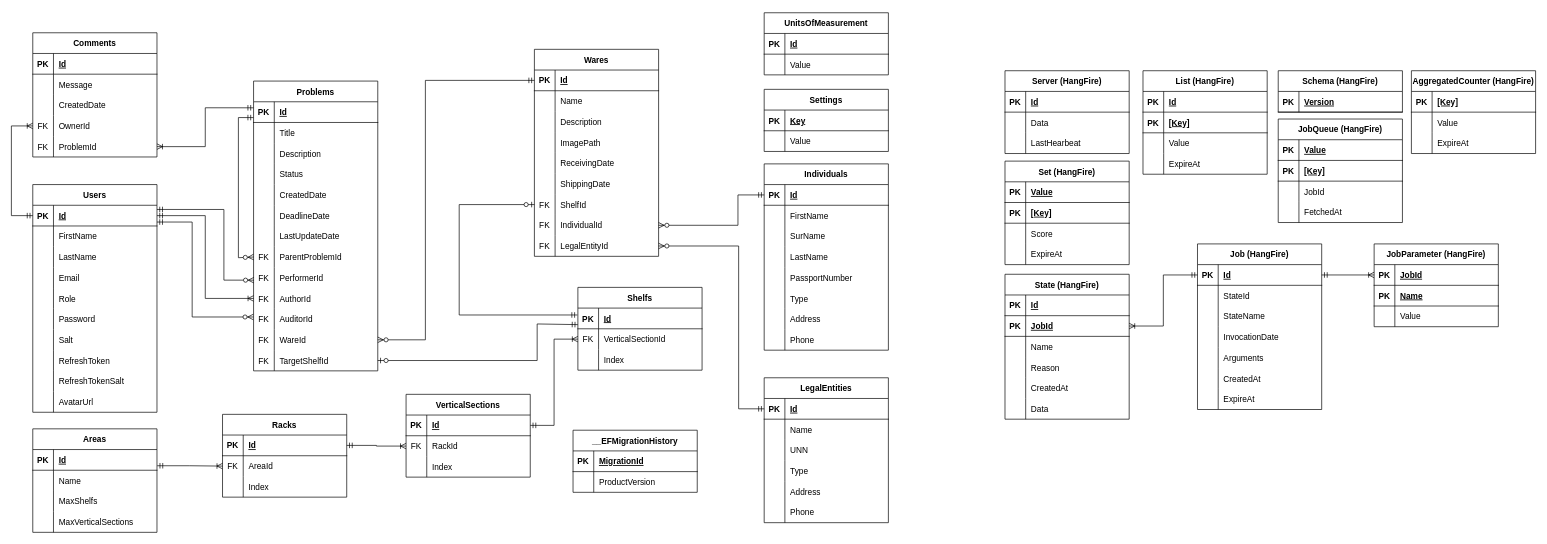
Above: Documentation/Diagrams/database-diagram.drawio in v-demyanov/WMS (draw.io), before the change. Source tidied: cells renumbered, new cells numbered last; positions are measured from the earlier drawing's top-left corner, leaving out a move shared by most shapes. Both pictures are drawn from the tidied source at 69%, with x=0, y=0 at pixel (11, 12).
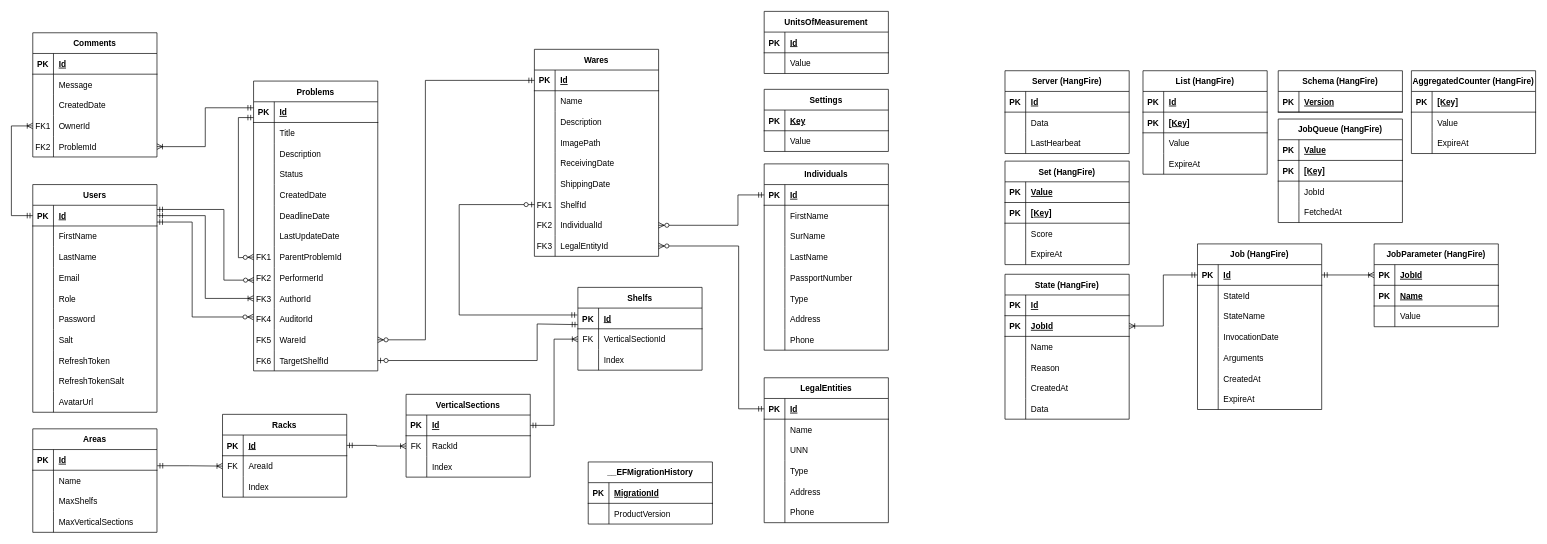
The same page after the edit.

The change refers to these unchanged cells:
```xml
<mxCell id="24" style="shape=tableRow;horizontal=0;startSize=0;swimlaneHead=0;swimlaneBody=0;fillColor=none;points=[[0,0.5],[1,0.5]];portConstraint=eastwest;top=0;left=0;right=0;bottom=0;" parent="2" vertex="1">
  <mxGeometry y="240" width="180" height="30" as="geometry" />
</mxCell>
<mxCell id="27" style="shape=tableRow;horizontal=0;startSize=0;swimlaneHead=0;swimlaneBody=0;fillColor=none;points=[[0,0.5],[1,0.5]];portConstraint=eastwest;top=0;left=0;right=0;bottom=0;" parent="2" vertex="1">
  <mxGeometry y="270" width="180" height="30" as="geometry" />
</mxCell>
<mxCell id="30" style="shape=tableRow;horizontal=0;startSize=0;swimlaneHead=0;swimlaneBody=0;fillColor=none;points=[[0,0.5],[1,0.5]];portConstraint=eastwest;top=0;left=0;right=0;bottom=0;" parent="2" vertex="1">
  <mxGeometry y="300" width="180" height="30" as="geometry" />
</mxCell>
<mxCell id="33" style="shape=tableRow;horizontal=0;startSize=0;swimlaneHead=0;swimlaneBody=0;fillColor=none;points=[[0,0.5],[1,0.5]];portConstraint=eastwest;top=0;left=0;right=0;bottom=0;" parent="2" vertex="1">
  <mxGeometry y="330" width="180" height="30" as="geometry" />
</mxCell>
<mxCell id="36" style="shape=tableRow;horizontal=0;startSize=0;swimlaneHead=0;swimlaneBody=0;fillColor=none;points=[[0,0.5],[1,0.5]];portConstraint=eastwest;top=0;left=0;right=0;bottom=0;" parent="2" vertex="1">
  <mxGeometry y="360" width="180" height="30" as="geometry" />
</mxCell>
<mxCell id="39" style="shape=tableRow;horizontal=0;startSize=0;swimlaneHead=0;swimlaneBody=0;fillColor=none;points=[[0,0.5],[1,0.5]];portConstraint=eastwest;top=0;left=0;right=0;bottom=0;" parent="2" vertex="1">
  <mxGeometry y="390" width="180" height="30" as="geometry" />
</mxCell>
<mxCell id="105" style="shape=tableRow;horizontal=0;startSize=0;swimlaneHead=0;swimlaneBody=0;fillColor=none;points=[[0,0.5],[1,0.5]];portConstraint=eastwest;top=0;left=0;right=0;bottom=0;" parent="86" vertex="1">
  <mxGeometry y="210" width="180" height="30" as="geometry" />
</mxCell>
<mxCell id="108" style="shape=tableRow;horizontal=0;startSize=0;swimlaneHead=0;swimlaneBody=0;fillColor=none;points=[[0,0.5],[1,0.5]];portConstraint=eastwest;top=0;left=0;right=0;bottom=0;" parent="86" vertex="1">
  <mxGeometry y="240" width="180" height="30" as="geometry" />
</mxCell>
<mxCell id="111" style="shape=tableRow;horizontal=0;startSize=0;swimlaneHead=0;swimlaneBody=0;fillColor=none;points=[[0,0.5],[1,0.5]];portConstraint=eastwest;top=0;left=0;right=0;bottom=0;" parent="86" vertex="1">
  <mxGeometry y="270" width="180" height="30" as="geometry" />
</mxCell>
<mxCell id="206" style="shape=tableRow;horizontal=0;startSize=0;swimlaneHead=0;swimlaneBody=0;fillColor=none;points=[[0,0.5],[1,0.5]];portConstraint=eastwest;top=0;left=0;right=0;bottom=0;" parent="196" vertex="1">
  <mxGeometry y="120" width="180" height="30" as="geometry" />
</mxCell>
<mxCell id="209" style="shape=tableRow;horizontal=0;startSize=0;swimlaneHead=0;swimlaneBody=0;fillColor=none;points=[[0,0.5],[1,0.5]];portConstraint=eastwest;top=0;left=0;right=0;bottom=0;" parent="196" vertex="1">
  <mxGeometry y="150" width="180" height="30" as="geometry" />
</mxCell>
```

The edit, as a diff of the source:
```diff
@@
-    <mxCell id="25" value="FK" style="shape=partialRectangle;fillColor=none;top=0;left=0;bottom=0;right=0;overflow=hidden;" parent="24" vertex="1">
+    <mxCell id="25" value="FK1" style="shape=partialRectangle;fillColor=none;top=0;left=0;bottom=0;right=0;overflow=hidden;" parent="24" vertex="1">
       <mxGeometry width="30" height="30" as="geometry" />
     </mxCell>
@@
-    <mxCell id="28" value="FK" style="shape=partialRectangle;fillColor=none;top=0;left=0;bottom=0;right=0;overflow=hidden;" parent="27" vertex="1">
+    <mxCell id="28" value="FK2" style="shape=partialRectangle;fillColor=none;top=0;left=0;bottom=0;right=0;overflow=hidden;" parent="27" vertex="1">
       <mxGeometry width="30" height="30" as="geometry" />
     </mxCell>
@@
-    <mxCell id="31" value="FK" style="shape=partialRectangle;fillColor=none;top=0;left=0;bottom=0;right=0;overflow=hidden;" parent="30" vertex="1">
+    <mxCell id="31" value="FK3" style="shape=partialRectangle;fillColor=none;top=0;left=0;bottom=0;right=0;overflow=hidden;" parent="30" vertex="1">
       <mxGeometry width="30" height="30" as="geometry" />
     </mxCell>
@@
-    <mxCell id="34" value="FK" style="shape=partialRectangle;fillColor=none;top=0;left=0;bottom=0;right=0;overflow=hidden;" parent="33" vertex="1">
+    <mxCell id="34" value="FK4" style="shape=partialRectangle;fillColor=none;top=0;left=0;bottom=0;right=0;overflow=hidden;" parent="33" vertex="1">
       <mxGeometry width="30" height="30" as="geometry" />
     </mxCell>
@@
-    <mxCell id="37" value="FK" style="shape=partialRectangle;fillColor=none;top=0;left=0;bottom=0;right=0;overflow=hidden;" parent="36" vertex="1">
+    <mxCell id="37" value="FK5" style="shape=partialRectangle;fillColor=none;top=0;left=0;bottom=0;right=0;overflow=hidden;" parent="36" vertex="1">
       <mxGeometry width="30" height="30" as="geometry" />
     </mxCell>
@@
-    <mxCell id="40" value="FK" style="shape=partialRectangle;fillColor=none;top=0;left=0;bottom=0;right=0;overflow=hidden;" parent="39" vertex="1">
+    <mxCell id="40" value="FK6" style="shape=partialRectangle;fillColor=none;top=0;left=0;bottom=0;right=0;overflow=hidden;" parent="39" vertex="1">
       <mxGeometry width="30" height="30" as="geometry" />
     </mxCell>
@@
-    <mxCell id="106" value="FK" style="shape=partialRectangle;fillColor=none;top=0;left=0;bottom=0;right=0;overflow=hidden;" parent="105" vertex="1">
+    <mxCell id="106" value="FK1" style="shape=partialRectangle;fillColor=none;top=0;left=0;bottom=0;right=0;overflow=hidden;" parent="105" vertex="1">
       <mxGeometry width="30" height="30" as="geometry" />
     </mxCell>
@@
-    <mxCell id="109" value="FK" style="shape=partialRectangle;fillColor=none;top=0;left=0;bottom=0;right=0;overflow=hidden;" parent="108" vertex="1">
+    <mxCell id="109" value="FK2" style="shape=partialRectangle;fillColor=none;top=0;left=0;bottom=0;right=0;overflow=hidden;" parent="108" vertex="1">
       <mxGeometry width="30" height="30" as="geometry" />
     </mxCell>
@@
-    <mxCell id="112" value="FK" style="shape=partialRectangle;fillColor=none;top=0;left=0;bottom=0;right=0;overflow=hidden;" parent="111" vertex="1">
+    <mxCell id="112" value="FK3" style="shape=partialRectangle;fillColor=none;top=0;left=0;bottom=0;right=0;overflow=hidden;" parent="111" vertex="1">
       <mxGeometry width="30" height="30" as="geometry" />
     </mxCell>
@@
     <mxCell id="158" value="UnitsOfMeasurement" style="shape=table;startSize=30;childLayout=tableLayout;rowLines=0;fontStyle=1;align=center;" parent="1" vertex="1">
-      <mxGeometry x="1091" width="180" height="90" as="geometry" />
+      <mxGeometry x="1091" y="-2" width="180" height="90" as="geometry" />
     </mxCell>
@@
-    <mxCell id="207" value="FK" style="shape=partialRectangle;fillColor=none;top=0;left=0;bottom=0;right=0;overflow=hidden;" parent="206" vertex="1">
+    <mxCell id="207" value="FK1" style="shape=partialRectangle;fillColor=none;top=0;left=0;bottom=0;right=0;overflow=hidden;" parent="206" vertex="1">
       <mxGeometry width="30" height="30" as="geometry" />
     </mxCell>
@@
-    <mxCell id="210" value="FK" style="shape=partialRectangle;fillColor=none;top=0;left=0;bottom=0;right=0;overflow=hidden;" parent="209" vertex="1">
+    <mxCell id="210" value="FK2" style="shape=partialRectangle;fillColor=none;top=0;left=0;bottom=0;right=0;overflow=hidden;" parent="209" vertex="1">
       <mxGeometry width="30" height="30" as="geometry" />
     </mxCell>
@@
     <mxCell id="212" value="__EFMigrationHistory" style="shape=table;startSize=30;childLayout=tableLayout;rowLines=0;fontStyle=1;align=center;" parent="1" vertex="1">
-      <mxGeometry x="814" y="605" width="180" height="90" as="geometry" />
+      <mxGeometry x="836" y="651" width="180" height="90" as="geometry" />
     </mxCell>
```
